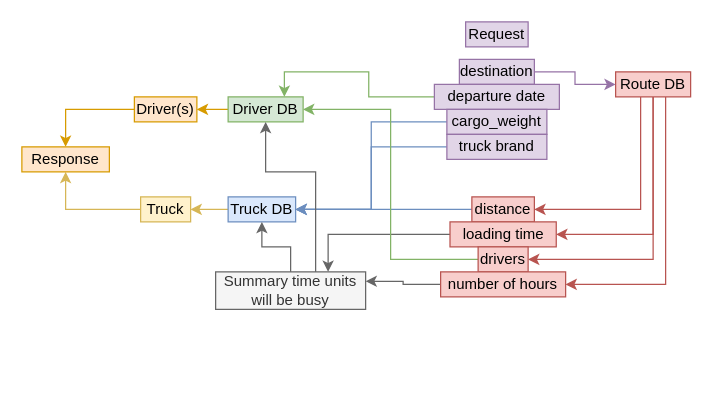
The draw.io diagram CR/report/resources/handle_request_diagram.drawio in kira607/labs_2sem, before the edit. Source tidied: cells renumbered, new cells numbered last; positions are measured from the earlier drawing's top-left corner, leaving out a move shared by most shapes. Both pictures are drawn from the tidied source at 125%, with x=0, y=0 at pixel (21, 21).
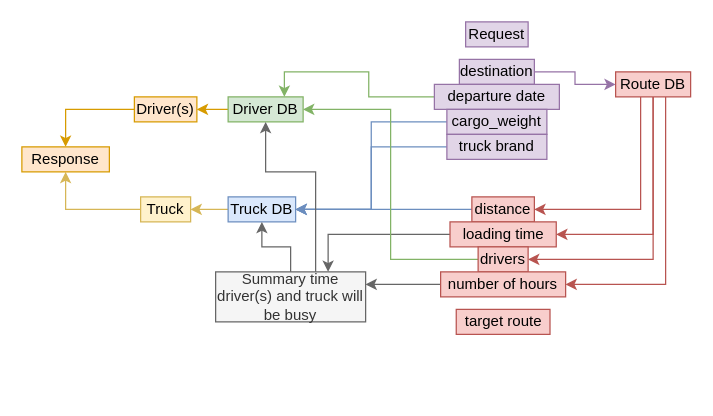
The same page after the edit.

The edit, as a diff of the source:
```diff
@@
-    <mxCell id="35" value="Summary time units will be busy" style="text;html=1;align=center;verticalAlign=middle;whiteSpace=wrap;rounded=0;fillColor=#f5f5f5;strokeColor=#666666;fontColor=#333333;" parent="1" vertex="1">
-      <mxGeometry x="155" y="200" width="120" height="30" as="geometry" />
+    <mxCell id="35" value="Summary time driver(s) and truck will be busy" style="text;html=1;align=center;verticalAlign=middle;whiteSpace=wrap;rounded=0;fillColor=#f5f5f5;strokeColor=#666666;fontColor=#333333;" parent="1" vertex="1">
+      <mxGeometry x="155" y="200" width="120" height="40" as="geometry" />
     </mxCell>
@@
+    <mxCell id="38" value="target route" style="text;html=1;strokeColor=#b85450;fillColor=#f8cecc;align=center;verticalAlign=middle;whiteSpace=wrap;rounded=0;" parent="1" vertex="1">
+      <mxGeometry x="347.5" y="230" width="75" height="20" as="geometry" />
+    </mxCell>
```
